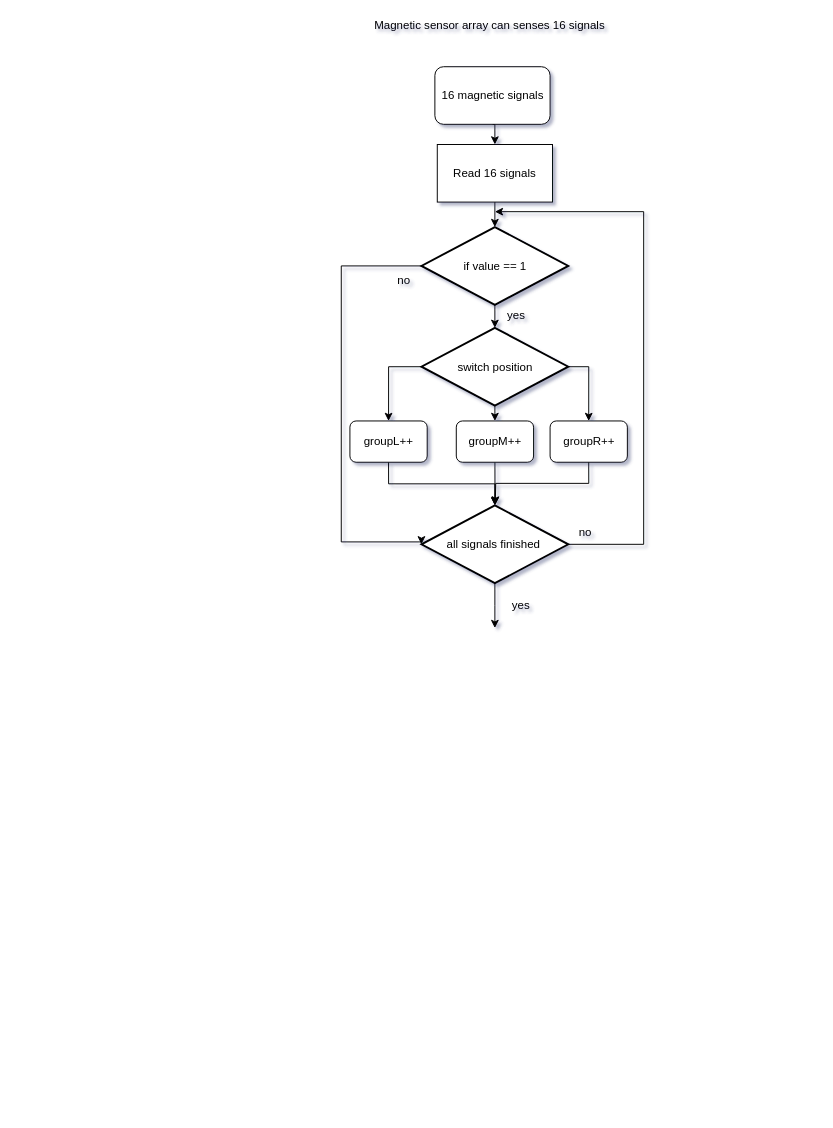
Earlier version of the draw.io diagram Untitled Diagram.drawio (x-dl/git). Source tidied: cells renumbered, new cells numbered last; positions are measured from the earlier drawing's top-left corner, leaving out a move shared by most shapes. Both pictures are drawn from the tidied source at 96%, with x=0, y=0 at pixel (341, 16).
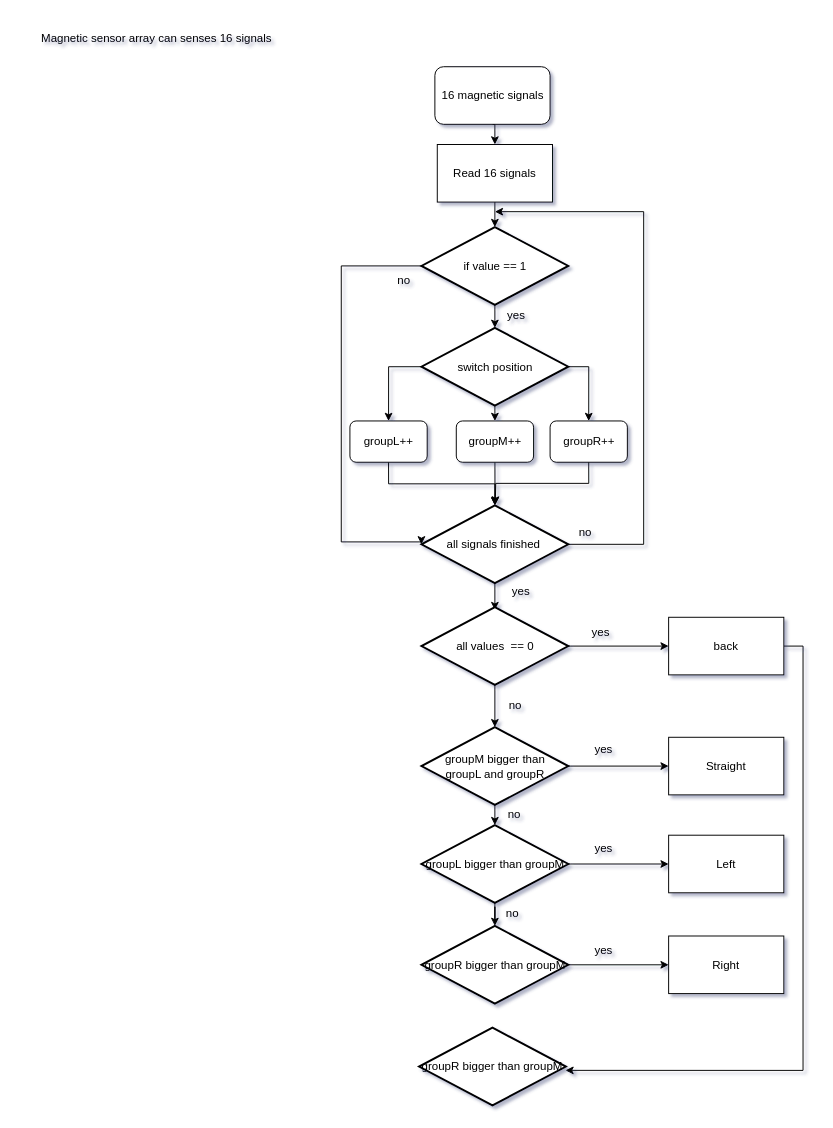
The same diagram, later.

Unchanged cells that the change refers to:
```xml
<mxCell id="24" value="all signals finished&amp;nbsp;" style="strokeWidth=2;html=1;shape=mxgraph.flowchart.decision;whiteSpace=wrap;" parent="1" vertex="1">
  <mxGeometry x="83.5" y="509" width="153" height="81" as="geometry" />
</mxCell>
```

Diff of the diagram source:
```diff
@@
     <mxCell id="2" value="Magnetic sensor array can senses 16 signals&amp;nbsp;" style="text;html=1;align=center;verticalAlign=middle;strokeColor=none;fillColor=none;" parent="1" vertex="1">
-      <mxGeometry x="9" width="294" height="18" as="geometry" />
+      <mxGeometry x="-338" y="14" width="294" height="18" as="geometry" />
     </mxCell>
@@
     <mxCell id="22" style="edgeStyle=orthogonalEdgeStyle;rounded=0;jettySize=auto;html=1;exitX=0.5;exitY=1;exitDx=0;exitDy=0;exitPerimeter=0;" parent="1" edge="1" source="24">
       <mxGeometry relative="1" as="geometry">
-        <mxPoint x="160" y="636.7" as="targetPoint" />
+        <mxPoint x="160" y="618" as="targetPoint" />
       </mxGeometry>
     </mxCell>
@@
     <mxCell id="26" value="yes&lt;br&gt;" style="text;html=1;align=center;verticalAlign=middle;strokeColor=none;fillColor=none;" parent="1" vertex="1">
-      <mxGeometry x="171" y="604" width="32" height="18" as="geometry" />
+      <mxGeometry x="171" y="590" width="32" height="18" as="geometry" />
     </mxCell>
+    <mxCell id="27" style="edgeStyle=orthogonalEdgeStyle;rounded=0;jettySize=auto;html=1;exitX=0.5;exitY=1;exitDx=0;exitDy=0;exitPerimeter=0;entryX=0.5;entryY=0;entryDx=0;entryDy=0;entryPerimeter=0;" parent="1" edge="1" source="29" target="34">
+      <mxGeometry relative="1" as="geometry" />
+    </mxCell>
+    <mxCell id="28" style="edgeStyle=orthogonalEdgeStyle;rounded=0;jettySize=auto;html=1;exitX=1;exitY=0.5;exitDx=0;exitDy=0;exitPerimeter=0;entryX=0;entryY=0.5;entryDx=0;entryDy=0;" parent="1" edge="1" source="29" target="36">
+      <mxGeometry relative="1" as="geometry" />
+    </mxCell>
+    <mxCell id="29" value="all values&amp;nbsp; == 0" style="strokeWidth=2;html=1;shape=mxgraph.flowchart.decision;whiteSpace=wrap;" parent="1" vertex="1">
+      <mxGeometry x="83.5" y="615" width="153" height="81" as="geometry" />
+    </mxCell>
+    <mxCell id="30" value="yes&lt;br&gt;" style="text;html=1;align=center;verticalAlign=middle;strokeColor=none;fillColor=none;" parent="1" vertex="1">
+      <mxGeometry x="254" y="633" width="32" height="18" as="geometry" />
+    </mxCell>
+    <mxCell id="31" value="no&lt;br&gt;" style="text;html=1;align=center;verticalAlign=middle;strokeColor=none;fillColor=none;" parent="1" vertex="1">
+      <mxGeometry x="168" y="709" width="26" height="18" as="geometry" />
+    </mxCell>
+    <mxCell id="32" style="edgeStyle=orthogonalEdgeStyle;rounded=0;jettySize=auto;html=1;exitX=1;exitY=0.5;exitDx=0;exitDy=0;exitPerimeter=0;entryX=0;entryY=0.5;entryDx=0;entryDy=0;" parent="1" edge="1" source="34" target="37">
+      <mxGeometry relative="1" as="geometry" />
+    </mxCell>
+    <mxCell id="33" style="edgeStyle=orthogonalEdgeStyle;rounded=0;jettySize=auto;html=1;exitX=0.5;exitY=1;exitDx=0;exitDy=0;exitPerimeter=0;entryX=0.5;entryY=0;entryDx=0;entryDy=0;entryPerimeter=0;" parent="1" edge="1" source="34" target="41">
+      <mxGeometry relative="1" as="geometry" />
+    </mxCell>
+    <mxCell id="34" value="groupM bigger than&lt;br&gt;groupL and groupR" style="strokeWidth=2;html=1;shape=mxgraph.flowchart.decision;whiteSpace=wrap;" parent="1" vertex="1">
+      <mxGeometry x="83.5" y="740" width="153" height="81" as="geometry" />
+    </mxCell>
+    <mxCell id="35" style="edgeStyle=orthogonalEdgeStyle;rounded=0;jettySize=auto;html=1;exitX=1;exitY=0.5;exitDx=0;exitDy=0;entryX=0.997;entryY=0.549;entryDx=0;entryDy=0;entryPerimeter=0;" parent="1" edge="1" source="36" target="50">
+      <mxGeometry relative="1" as="geometry" />
+    </mxCell>
+    <mxCell id="36" value="back" style="whiteSpace=wrap;html=1;" parent="1" vertex="1">
+      <mxGeometry x="341" y="625.5" width="120" height="60" as="geometry" />
+    </mxCell>
+    <mxCell id="37" value="Straight" style="whiteSpace=wrap;html=1;" parent="1" vertex="1">
+      <mxGeometry x="341" y="750.5" width="120" height="60" as="geometry" />
+    </mxCell>
+    <mxCell id="38" value="yes" style="text;html=1;align=center;verticalAlign=middle;strokeColor=none;fillColor=none;" parent="1" vertex="1">
+      <mxGeometry x="257" y="754" width="32" height="18" as="geometry" />
+    </mxCell>
+    <mxCell id="39" style="edgeStyle=orthogonalEdgeStyle;rounded=0;jettySize=auto;html=1;exitX=1;exitY=0.5;exitDx=0;exitDy=0;exitPerimeter=0;entryX=0;entryY=0.5;entryDx=0;entryDy=0;" parent="1" edge="1" source="41" target="43">
+      <mxGeometry relative="1" as="geometry" />
+    </mxCell>
+    <mxCell id="40" style="edgeStyle=orthogonalEdgeStyle;rounded=0;jettySize=auto;html=1;exitX=0.5;exitY=1;exitDx=0;exitDy=0;exitPerimeter=0;" parent="1" edge="1" source="41" target="46">
+      <mxGeometry relative="1" as="geometry" />
+    </mxCell>
+    <mxCell id="41" value="groupL bigger than groupM" style="strokeWidth=2;html=1;shape=mxgraph.flowchart.decision;whiteSpace=wrap;" parent="1" vertex="1">
+      <mxGeometry x="83.5" y="842" width="153" height="81" as="geometry" />
+    </mxCell>
+    <mxCell id="42" value="no" style="text;html=1;align=center;verticalAlign=middle;strokeColor=none;fillColor=none;" parent="1" vertex="1">
+      <mxGeometry x="167.2" y="822" width="26" height="18" as="geometry" />
+    </mxCell>
+    <mxCell id="43" value="Left" style="whiteSpace=wrap;html=1;" parent="1" vertex="1">
+      <mxGeometry x="341" y="852.5" width="120" height="60" as="geometry" />
+    </mxCell>
+    <mxCell id="44" value="yes" style="text;html=1;align=center;verticalAlign=middle;strokeColor=none;fillColor=none;" parent="1" vertex="1">
+      <mxGeometry x="257" y="857" width="32" height="18" as="geometry" />
+    </mxCell>
+    <mxCell id="45" style="edgeStyle=orthogonalEdgeStyle;rounded=0;jettySize=auto;html=1;exitX=1;exitY=0.5;exitDx=0;exitDy=0;exitPerimeter=0;entryX=0;entryY=0.5;entryDx=0;entryDy=0;" parent="1" edge="1" source="46" target="47">
+      <mxGeometry relative="1" as="geometry" />
+    </mxCell>
+    <mxCell id="46" value="groupR bigger than groupM" style="strokeWidth=2;html=1;shape=mxgraph.flowchart.decision;whiteSpace=wrap;" parent="1" vertex="1">
+      <mxGeometry x="83.5" y="947" width="153" height="81" as="geometry" />
+    </mxCell>
+    <mxCell id="47" value="Right" style="whiteSpace=wrap;html=1;" parent="1" vertex="1">
+      <mxGeometry x="341" y="957.5" width="120" height="60" as="geometry" />
+    </mxCell>
+    <mxCell id="48" value="no" style="text;html=1;align=center;verticalAlign=middle;strokeColor=none;fillColor=none;" parent="1" vertex="1">
+      <mxGeometry x="165" y="925" width="26" height="18" as="geometry" />
+    </mxCell>
+    <mxCell id="49" value="yes" style="text;html=1;align=center;verticalAlign=middle;strokeColor=none;fillColor=none;" parent="1" vertex="1">
+      <mxGeometry x="257" y="964" width="32" height="18" as="geometry" />
+    </mxCell>
+    <mxCell id="50" value="groupR bigger than groupM" style="strokeWidth=2;html=1;shape=mxgraph.flowchart.decision;whiteSpace=wrap;" parent="1" vertex="1">
+      <mxGeometry x="81" y="1053" width="153" height="81" as="geometry" />
+    </mxCell>
```
